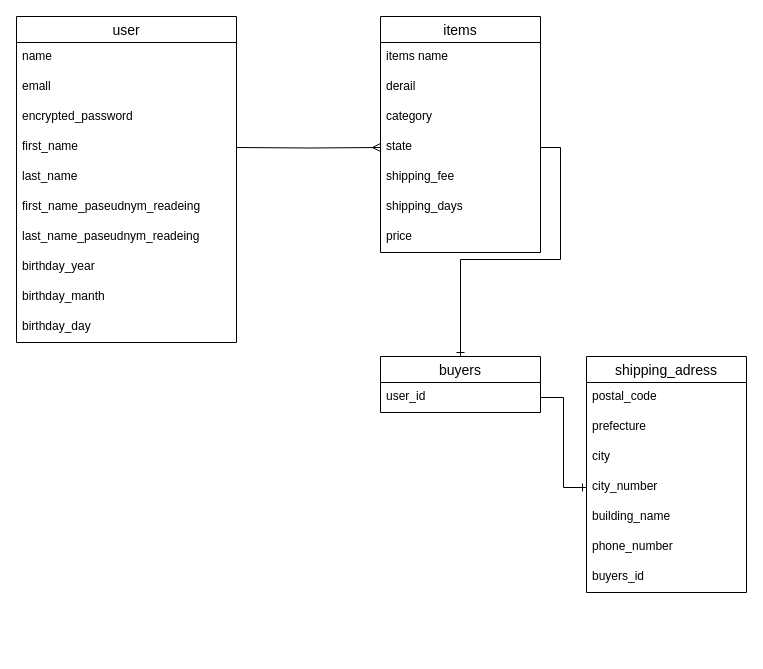
The draw.io diagram table.dio in tanachu0117/furima-29641, before the edit. Source tidied: cells renumbered, new cells numbered last; positions are measured from the earlier drawing's top-left corner, leaving out a move shared by most shapes. Both pictures are drawn from the tidied source at 100%, with x=0, y=0 at pixel (16, 16).
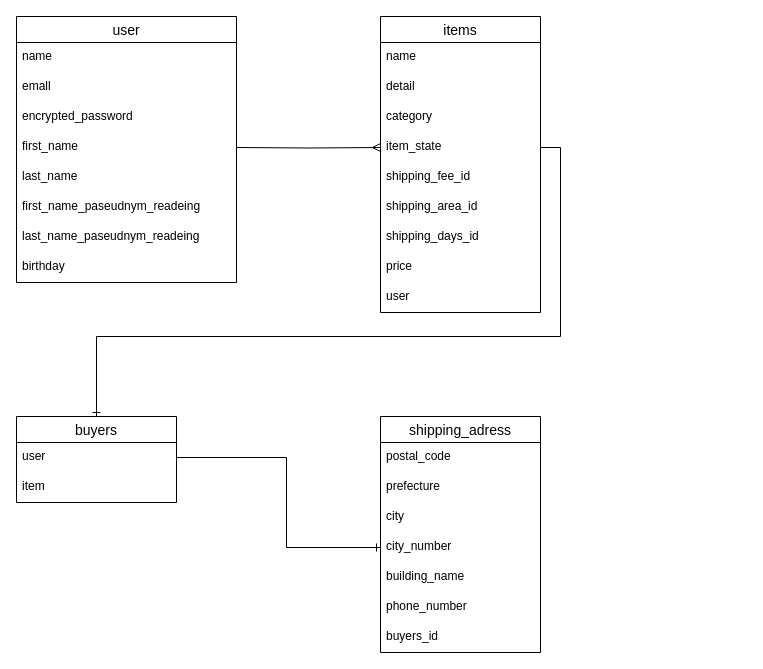
Above is the later version.

Commit message (it also covers changes not shown here):
テーブル設計修正⑤

Unchanged cells that the change refers to:
```xml
<mxCell id="27" value="city_number" style="text;strokeColor=none;fillColor=none;spacingLeft=4;spacingRight=4;overflow=hidden;points=[[0,0.5],[1,0.5]];portConstraint=eastwest;fontSize=12;" parent="23" vertex="1">
  <mxGeometry y="116" width="160" height="30" as="geometry" />
</mxCell>
```

Diff of the diagram source:
```diff
@@
     <mxCell id="2" value="user" style="swimlane;fontStyle=0;horizontal=1;startSize=26;align=center;fontSize=14;" parent="1" vertex="1">
-      <mxGeometry width="220" height="326" as="geometry" />
+      <mxGeometry width="220" height="266" as="geometry" />
     </mxCell>
@@
-    <mxCell id="10" value="birthday_year" style="text;strokeColor=none;fillColor=none;spacingLeft=4;spacingRight=4;overflow=hidden;fontSize=12;" parent="2" vertex="1">
+    <mxCell id="10" value="birthday" style="text;strokeColor=none;fillColor=none;spacingLeft=4;spacingRight=4;overflow=hidden;fontSize=12;" parent="2" vertex="1">
       <mxGeometry y="236" width="220" height="30" as="geometry" />
     </mxCell>
-    <mxCell id="11" value="birthday_manth" style="text;strokeColor=none;fillColor=none;spacingLeft=4;spacingRight=4;overflow=hidden;fontSize=12;" parent="2" vertex="1">
-      <mxGeometry y="266" width="220" height="30" as="geometry" />
-    </mxCell>
-    <mxCell id="12" value="birthday_day" style="text;strokeColor=none;fillColor=none;spacingLeft=4;spacingRight=4;overflow=hidden;fontSize=12;" parent="2" vertex="1">
-      <mxGeometry y="296" width="220" height="30" as="geometry" />
-    </mxCell>
     <mxCell id="13" value="items" style="swimlane;fontStyle=0;horizontal=1;startSize=26;align=center;fontSize=14;" parent="1" vertex="1">
-      <mxGeometry x="364" width="160" height="236" as="geometry" />
+      <mxGeometry x="364" width="160" height="296" as="geometry" />
     </mxCell>
-    <mxCell id="14" value="items name" style="text;strokeColor=none;fillColor=none;spacingLeft=4;spacingRight=4;overflow=hidden;fontSize=12;" parent="13" vertex="1">
+    <mxCell id="14" value="name" style="text;strokeColor=none;fillColor=none;spacingLeft=4;spacingRight=4;overflow=hidden;fontSize=12;" parent="13" vertex="1">
       <mxGeometry y="26" width="160" height="30" as="geometry" />
     </mxCell>
-    <mxCell id="15" value="derail" style="text;strokeColor=none;fillColor=none;spacingLeft=4;spacingRight=4;overflow=hidden;fontSize=12;" parent="13" vertex="1">
+    <mxCell id="15" value="detail" style="text;strokeColor=none;fillColor=none;spacingLeft=4;spacingRight=4;overflow=hidden;fontSize=12;" parent="13" vertex="1">
       <mxGeometry y="56" width="160" height="30" as="geometry" />
     </mxCell>
@@
-    <mxCell id="17" value="state" style="text;strokeColor=none;fillColor=none;spacingLeft=4;spacingRight=4;overflow=hidden;points=[[0,0.5],[1,0.5]];portConstraint=eastwest;fontSize=12;" parent="13" vertex="1">
+    <mxCell id="17" value="item_state" style="text;strokeColor=none;fillColor=none;spacingLeft=4;spacingRight=4;overflow=hidden;points=[[0,0.5],[1,0.5]];portConstraint=eastwest;fontSize=12;" parent="13" vertex="1">
       <mxGeometry y="116" width="160" height="30" as="geometry" />
     </mxCell>
-    <mxCell id="18" value="shipping_fee" style="text;strokeColor=none;fillColor=none;spacingLeft=4;spacingRight=4;overflow=hidden;fontSize=12;" parent="13" vertex="1">
+    <mxCell id="18" value="shipping_fee_id" style="text;strokeColor=none;fillColor=none;spacingLeft=4;spacingRight=4;overflow=hidden;fontSize=12;" parent="13" vertex="1">
       <mxGeometry y="146" width="160" height="30" as="geometry" />
     </mxCell>
+    <mxCell id="34" value="shipping_area_id" style="text;strokeColor=none;fillColor=none;spacingLeft=4;spacingRight=4;overflow=hidden;fontSize=12;" parent="13" vertex="1">
+      <mxGeometry y="176" width="160" height="30" as="geometry" />
+    </mxCell>
-    <mxCell id="19" value="shipping_days" style="text;strokeColor=none;fillColor=none;spacingLeft=4;spacingRight=4;overflow=hidden;fontSize=12;" parent="13" vertex="1">
-      <mxGeometry y="176" width="160" height="30" as="geometry" />
+    <mxCell id="19" value="shipping_days_id" style="text;strokeColor=none;fillColor=none;spacingLeft=4;spacingRight=4;overflow=hidden;fontSize=12;" parent="13" vertex="1">
+      <mxGeometry y="206" width="160" height="30" as="geometry" />
     </mxCell>
     <mxCell id="20" value="price" style="text;strokeColor=none;fillColor=none;spacingLeft=4;spacingRight=4;overflow=hidden;fontSize=12;" parent="13" vertex="1">
-      <mxGeometry y="206" width="160" height="30" as="geometry" />
+      <mxGeometry y="236" width="160" height="30" as="geometry" />
     </mxCell>
+    <mxCell id="35" value="user" style="text;strokeColor=none;fillColor=none;spacingLeft=4;spacingRight=4;overflow=hidden;fontSize=12;" parent="13" vertex="1">
+      <mxGeometry y="266" width="160" height="30" as="geometry" />
+    </mxCell>
     <mxCell id="21" value="buyers" style="swimlane;fontStyle=0;horizontal=1;startSize=26;align=center;fontSize=14;" parent="1" vertex="1">
-      <mxGeometry x="364" y="340" width="160" height="56" as="geometry" />
+      <mxGeometry y="400" width="160" height="86" as="geometry" />
     </mxCell>
-    <mxCell id="22" value="user_id" style="text;strokeColor=none;fillColor=none;spacingLeft=4;spacingRight=4;overflow=hidden;points=[[0,0.5],[1,0.5]];portConstraint=eastwest;fontSize=12;" parent="21" vertex="1">
+    <mxCell id="22" value="user" style="text;strokeColor=none;fillColor=none;spacingLeft=4;spacingRight=4;overflow=hidden;points=[[0,0.5],[1,0.5]];portConstraint=eastwest;fontSize=12;" parent="21" vertex="1">
       <mxGeometry y="26" width="160" height="30" as="geometry" />
     </mxCell>
+    <mxCell id="36" value="item" style="text;strokeColor=none;fillColor=none;spacingLeft=4;spacingRight=4;overflow=hidden;fontSize=12;" parent="21" vertex="1">
+      <mxGeometry y="56" width="160" height="30" as="geometry" />
+    </mxCell>
     <mxCell id="23" value="shipping_adress" style="swimlane;fontStyle=0;horizontal=1;startSize=26;align=center;fontSize=14;" parent="1" vertex="1">
-      <mxGeometry x="570" y="340" width="160" height="236" as="geometry" />
+      <mxGeometry x="364" y="400" width="160" height="236" as="geometry" />
     </mxCell>
@@
     <mxCell id="32" style="edgeStyle=orthogonalEdgeStyle;rounded=0;jettySize=auto;html=1;exitX=1;exitY=0.5;exitDx=0;exitDy=0;entryX=0.5;entryY=0;entryDx=0;entryDy=0;startSize=26;endArrow=ERone;endFill=0;fontSize=14;" parent="1" edge="1" source="17" target="21">
-      <mxGeometry relative="1" as="geometry" />
+      <mxGeometry relative="1" as="geometry">
+        <Array as="points">
+          <mxPoint x="544" y="131" />
+          <mxPoint x="544" y="320" />
+          <mxPoint x="80" y="320" />
+        </Array>
+      </mxGeometry>
     </mxCell>
     <mxCell id="33" style="edgeStyle=orthogonalEdgeStyle;rounded=0;jettySize=auto;html=1;exitX=1;exitY=0.5;exitDx=0;exitDy=0;entryX=0;entryY=0.5;entryDx=0;entryDy=0;startSize=26;endArrow=ERone;endFill=0;fontSize=14;" parent="1" edge="1" source="22" target="27">
-      <mxGeometry relative="1" as="geometry" />
+      <mxGeometry relative="1" as="geometry">
+        <Array as="points">
+          <mxPoint x="270" y="441" />
+          <mxPoint x="270" y="531" />
+        </Array>
+      </mxGeometry>
     </mxCell>
```
